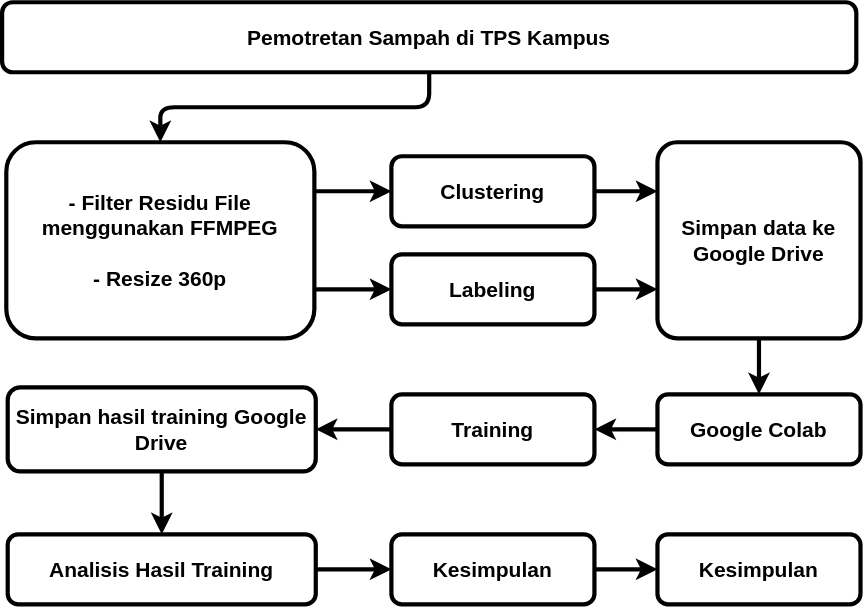
This is planning/plan.svg from syukrillah0108/Pemilahan-Sampah, a draw.io export, as it was before one commit. Source tidied: cells renumbered, new cells last; positions are measured from the earlier drawing's top-left corner, leaving out a move shared by most shapes.
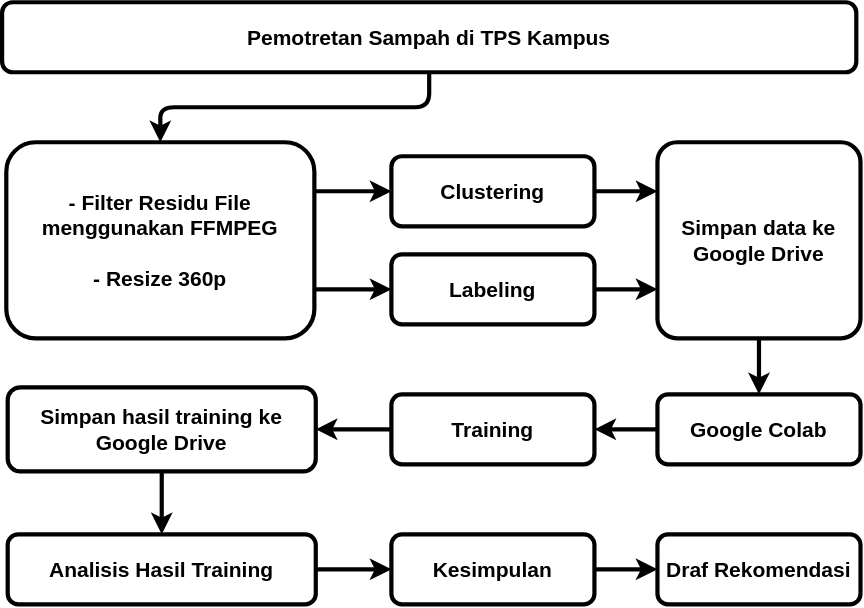
After the commit.

Commit message:
Refactor code structure for improved readability and maintainability

Change to the diagram source:
```diff
@@ -44,7 +44,7 @@
     <mxCell id="15" style="edgeStyle=none;html=1;entryX=1;entryY=0.5;entryDx=0;entryDy=0;strokeWidth=3;exitX=0;exitY=0.5;exitDx=0;exitDy=0;" parent="1" edge="1" source="12" target="14">
       <mxGeometry relative="1" as="geometry" />
     </mxCell>
-    <mxCell id="16" value="Simpan hasil training Google Drive" style="rounded=1;whiteSpace=wrap;html=1;fontStyle=1;fontSize=15;strokeWidth=3;" parent="1" vertex="1">
+    <mxCell id="16" value="Simpan hasil training ke Google Drive" style="rounded=1;whiteSpace=wrap;html=1;fontStyle=1;fontSize=15;strokeWidth=3;" parent="1" vertex="1">
       <mxGeometry x="4" y="275" width="220" height="60" as="geometry" />
     </mxCell>
     <mxCell id="17" style="edgeStyle=none;html=1;entryX=1;entryY=0.5;entryDx=0;entryDy=0;strokeWidth=3;exitX=0;exitY=0.5;exitDx=0;exitDy=0;" parent="1" edge="1" source="14" target="16">
@@ -62,7 +62,7 @@
     <mxCell id="21" style="edgeStyle=none;html=1;entryX=0;entryY=0.5;entryDx=0;entryDy=0;strokeWidth=3;" parent="1" edge="1" source="18" target="20">
       <mxGeometry relative="1" as="geometry" />
     </mxCell>
-    <mxCell id="22" value="Kesimpulan" style="rounded=1;whiteSpace=wrap;html=1;fontStyle=1;fontSize=15;strokeWidth=3;" parent="1" vertex="1">
+    <mxCell id="22" value="Draf Rekomendasi" style="rounded=1;whiteSpace=wrap;html=1;fontStyle=1;fontSize=15;strokeWidth=3;" parent="1" vertex="1">
       <mxGeometry x="468" y="380" width="145" height="50" as="geometry" />
     </mxCell>
     <mxCell id="23" style="edgeStyle=none;html=1;entryX=0;entryY=0.5;entryDx=0;entryDy=0;strokeWidth=3;exitX=1;exitY=0.5;exitDx=0;exitDy=0;" parent="1" edge="1" source="20" target="22">
```
